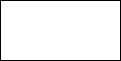
Above: seagan-d.drawio.png in lakomi/pictures (draw.io), before the change. Source tidied: cells renumbered, new cells last; positions are measured from the earlier drawing's top-left corner, leaving out a move shared by most shapes.
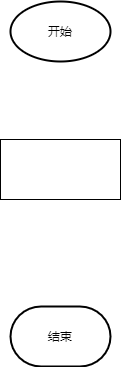
Later version of the same file.

What changed in the source:
```diff
@@ -5,5 +5,11 @@
     <mxCell id="2" style="rounded=0;whiteSpace=wrap;html=1;" parent="1" vertex="1">
       <mxGeometry width="120" height="60" as="geometry" />
     </mxCell>
+    <mxCell id="3" value="开始" style="strokeWidth=2;html=1;shape=mxgraph.flowchart.start_1;whiteSpace=wrap;" parent="1" vertex="1">
+      <mxGeometry x="10" y="-138" width="100" height="60" as="geometry" />
+    </mxCell>
+    <mxCell id="4" value="结束" style="strokeWidth=2;html=1;shape=mxgraph.flowchart.terminator;whiteSpace=wrap;" parent="1" vertex="1">
+      <mxGeometry x="10" y="167" width="100" height="60" as="geometry" />
+    </mxCell>
   </root>
 </mxGraphModel>
```
